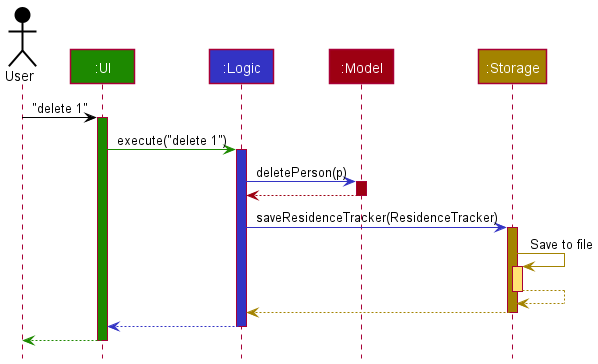
Above: docs/images/ArchitectureSequenceDiagram.png in nus-cs2103-AY2021S2/tp (PlantUML), before the change.
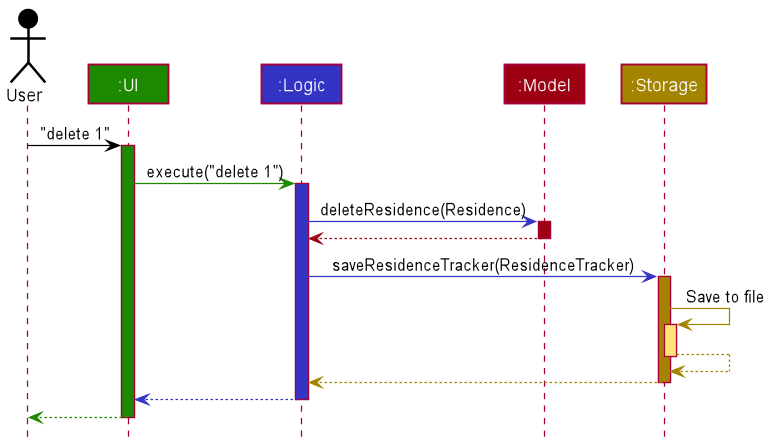
After the change.

Change to the diagram source:
```diff
@@ -13,7 +13,7 @@
 ui -[UI_COLOR]> logic : execute("delete 1")
 activate logic LOGIC_COLOR
 
-logic -[LOGIC_COLOR]> model : deletePerson(p)
+logic -[LOGIC_COLOR]> model : deleteResidence(Residence)
 activate model MODEL_COLOR
 
 model -[MODEL_COLOR]-> logic
```
